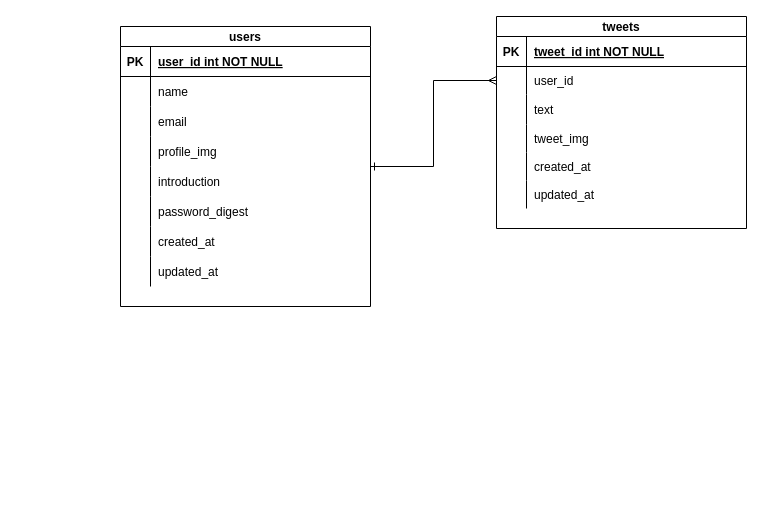
This is conflict練習/RUNTEQ課題.drawio from maouske0427/TIL, a draw.io file, before an edit. Source tidied: cells renumbered, new cells numbered last; positions are measured from the earlier drawing's top-left corner, leaving out a move shared by most shapes. Both pictures are drawn from the tidied source at 100%, with x=0, y=0 at pixel (120, 16).
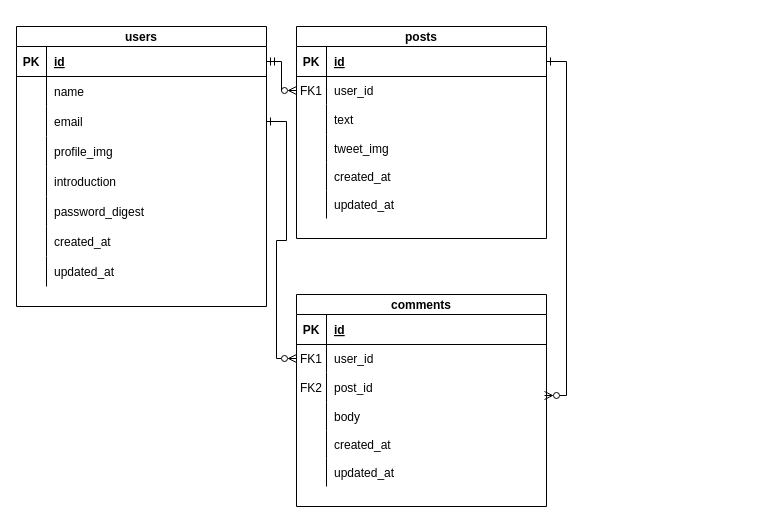
The same diagram, later.

Commit message (it also covers changes not shown here):
RUNTEQ課題.drawio を更新します

The change refers to these unchanged cells:
```xml
<mxCell id="4" style="shape=partialRectangle;fillColor=none;points=[[0,0.5],[1,0.5]];portConstraint=eastwest;top=0;left=0;right=0;bottom=1;" parent="3" vertex="1">
  <mxGeometry y="20" width="250" height="30" as="geometry" />
</mxCell>
<mxCell id="10" style="shape=partialRectangle;fillColor=none;points=[[0,0.5],[1,0.5]];portConstraint=eastwest;top=0;left=0;right=0;bottom=0;" parent="3" vertex="1">
  <mxGeometry y="80" width="250" height="30" as="geometry" />
</mxCell>
<mxCell id="29" style="shape=partialRectangle;fillColor=none;points=[[0,0.5],[1,0.5]];portConstraint=eastwest;top=0;left=0;right=0;bottom=1;" parent="28" vertex="1">
  <mxGeometry y="20" width="250" height="30" as="geometry" />
</mxCell>
<mxCell id="32" style="shape=partialRectangle;fillColor=none;points=[[0,0.5],[1,0.5]];portConstraint=eastwest;top=0;left=0;right=0;bottom=0;" parent="28" vertex="1">
  <mxGeometry y="50" width="250" height="28" as="geometry" />
</mxCell>
```

Diff of the diagram source:
```diff
@@
-    <mxCell id="2" style="edgeStyle=elbowEdgeStyle;rounded=0;jettySize=auto;html=1;entryX=0;entryY=0.5;entryDx=0;entryDy=0;startArrow=ERone;startFill=0;endArrow=ERmany;endFill=0;" parent="1" edge="1" source="3" target="32">
+    <mxCell id="2" style="edgeStyle=elbowEdgeStyle;rounded=0;jettySize=auto;html=1;entryX=0;entryY=0.5;entryDx=0;entryDy=0;startArrow=ERmandOne;startFill=0;endArrow=ERzeroToMany;endFill=0;exitX=1;exitY=0.5;exitDx=0;exitDy=0;" parent="1" edge="1" source="4" target="32">
       <mxGeometry relative="1" as="geometry" />
     </mxCell>
     <mxCell id="3" value="users" style="shape=table;startSize=20;childLayout=tableLayout;rowLines=0;fontStyle=1;align=center;" parent="1" vertex="1">
-      <mxGeometry y="10" width="250" height="280" as="geometry" />
+      <mxGeometry x="-104" y="10" width="250" height="280" as="geometry" />
     </mxCell>
@@
-    <mxCell id="6" value="user_id int NOT NULL " style="shape=partialRectangle;overflow=hidden;fillColor=none;top=0;left=0;bottom=0;right=0;align=left;spacingLeft=6;fontStyle=5;" parent="4" vertex="1">
+    <mxCell id="6" value="id" style="shape=partialRectangle;overflow=hidden;fillColor=none;top=0;left=0;bottom=0;right=0;align=left;spacingLeft=6;fontStyle=5;" parent="4" vertex="1">
       <mxGeometry x="30" width="220" height="30" as="geometry" />
     </mxCell>
@@
-    <mxCell id="28" value="tweets" style="shape=table;startSize=20;childLayout=tableLayout;rowLines=0;fontStyle=1;align=center;" parent="1" vertex="1">
-      <mxGeometry x="376" width="250" height="212" as="geometry" />
+    <mxCell id="28" value="posts" style="shape=table;startSize=20;childLayout=tableLayout;rowLines=0;fontStyle=1;align=center;" parent="1" vertex="1">
+      <mxGeometry x="176" y="10" width="250" height="212" as="geometry" />
     </mxCell>
@@
-    <mxCell id="31" value="tweet_id int NOT NULL " style="shape=partialRectangle;overflow=hidden;fillColor=none;top=0;left=0;bottom=0;right=0;align=left;spacingLeft=6;fontStyle=5;" parent="29" vertex="1">
+    <mxCell id="31" value="id" style="shape=partialRectangle;overflow=hidden;fillColor=none;top=0;left=0;bottom=0;right=0;align=left;spacingLeft=6;fontStyle=5;" parent="29" vertex="1">
       <mxGeometry x="30" width="220" height="30" as="geometry" />
     </mxCell>
@@
-    <mxCell id="33" style="shape=partialRectangle;overflow=hidden;fillColor=none;top=0;left=0;bottom=0;right=0;" parent="32" vertex="1">
+    <mxCell id="33" value="FK1" style="shape=partialRectangle;overflow=hidden;fillColor=none;top=0;left=0;bottom=0;right=0;" parent="32" vertex="1">
       <mxGeometry width="30" height="28" as="geometry" />
     </mxCell>
@@
+    <mxCell id="47" value="comments" style="shape=table;startSize=20;childLayout=tableLayout;rowLines=0;fontStyle=1;align=center;" parent="1" vertex="1">
+      <mxGeometry x="176" y="278" width="250" height="212" as="geometry" />
+    </mxCell>
+    <mxCell id="48" style="shape=partialRectangle;fillColor=none;top=0;left=0;right=0;bottom=1;" parent="47" vertex="1">
+      <mxGeometry y="20" width="250" height="30" as="geometry" />
+    </mxCell>
+    <mxCell id="49" value="PK" style="shape=partialRectangle;overflow=hidden;fillColor=none;top=0;left=0;bottom=0;right=0;fontStyle=1;" parent="48" vertex="1">
+      <mxGeometry width="30" height="30" as="geometry" />
+    </mxCell>
+    <mxCell id="50" value="id" style="shape=partialRectangle;overflow=hidden;fillColor=none;top=0;left=0;bottom=0;right=0;align=left;spacingLeft=6;fontStyle=5;" parent="48" vertex="1">
+      <mxGeometry x="30" width="220" height="30" as="geometry" />
+    </mxCell>
+    <mxCell id="51" style="shape=partialRectangle;fillColor=none;points=[[0,0.5],[1,0.5]];portConstraint=eastwest;top=0;left=0;right=0;bottom=0;" parent="47" vertex="1">
+      <mxGeometry y="50" width="250" height="28" as="geometry" />
+    </mxCell>
+    <mxCell id="52" value="FK1" style="shape=partialRectangle;overflow=hidden;fillColor=none;top=0;left=0;bottom=0;right=0;" parent="51" vertex="1">
+      <mxGeometry width="30" height="28" as="geometry" />
+    </mxCell>
+    <mxCell id="53" value="user_id" style="shape=partialRectangle;overflow=hidden;fillColor=none;top=0;left=0;bottom=0;right=0;align=left;spacingLeft=6;" parent="51" vertex="1">
+      <mxGeometry x="30" width="220" height="28" as="geometry" />
+    </mxCell>
+    <mxCell id="54" style="shape=partialRectangle;fillColor=none;points=[[0,0.5],[1,0.5]];portConstraint=eastwest;top=0;left=0;right=0;bottom=0;" parent="47" vertex="1">
+      <mxGeometry y="78" width="250" height="30" as="geometry" />
+    </mxCell>
+    <mxCell id="55" value="FK2" style="shape=partialRectangle;overflow=hidden;fillColor=none;top=0;left=0;bottom=0;right=0;" parent="54" vertex="1">
+      <mxGeometry width="30" height="30" as="geometry" />
+    </mxCell>
+    <mxCell id="56" value="post_id" style="shape=partialRectangle;overflow=hidden;fillColor=none;top=0;left=0;bottom=0;right=0;align=left;spacingLeft=6;" parent="54" vertex="1">
+      <mxGeometry x="30" width="220" height="30" as="geometry" />
+    </mxCell>
+    <mxCell id="57" style="shape=partialRectangle;fillColor=none;top=0;left=0;right=0;bottom=0;" parent="47" vertex="1">
+      <mxGeometry y="108" width="250" height="28" as="geometry" />
+    </mxCell>
+    <mxCell id="58" style="shape=partialRectangle;overflow=hidden;fillColor=none;top=0;left=0;bottom=0;right=0;" parent="57" vertex="1">
+      <mxGeometry width="30" height="28" as="geometry" />
+    </mxCell>
+    <mxCell id="59" value="body" style="shape=partialRectangle;overflow=hidden;fillColor=none;top=0;left=0;bottom=0;right=0;align=left;spacingLeft=6;" parent="57" vertex="1">
+      <mxGeometry x="30" width="220" height="28" as="geometry" />
+    </mxCell>
+    <mxCell id="60" style="shape=partialRectangle;fillColor=none;top=0;left=0;right=0;bottom=0;" parent="47" vertex="1">
+      <mxGeometry y="136" width="250" height="28" as="geometry" />
+    </mxCell>
+    <mxCell id="61" style="shape=partialRectangle;overflow=hidden;fillColor=none;top=0;left=0;bottom=0;right=0;" parent="60" vertex="1">
+      <mxGeometry width="30" height="28" as="geometry" />
+    </mxCell>
+    <mxCell id="62" value="created_at" style="shape=partialRectangle;overflow=hidden;fillColor=none;top=0;left=0;bottom=0;right=0;align=left;spacingLeft=6;" parent="60" vertex="1">
+      <mxGeometry x="30" width="220" height="28" as="geometry" />
+    </mxCell>
+    <mxCell id="63" style="shape=partialRectangle;fillColor=none;top=0;left=0;right=0;bottom=0;" parent="47" vertex="1">
+      <mxGeometry y="164" width="250" height="28" as="geometry" />
+    </mxCell>
+    <mxCell id="64" style="shape=partialRectangle;overflow=hidden;fillColor=none;top=0;left=0;bottom=0;right=0;" parent="63" vertex="1">
+      <mxGeometry width="30" height="28" as="geometry" />
+    </mxCell>
+    <mxCell id="65" value="updated_at" style="shape=partialRectangle;overflow=hidden;fillColor=none;top=0;left=0;bottom=0;right=0;align=left;spacingLeft=6;" parent="63" vertex="1">
+      <mxGeometry x="30" width="220" height="28" as="geometry" />
+    </mxCell>
+    <mxCell id="66" style="edgeStyle=orthogonalEdgeStyle;rounded=0;jettySize=auto;html=1;endArrow=ERzeroToMany;endFill=0;startArrow=ERone;startFill=0;" parent="1" edge="1" source="10" target="51">
+      <mxGeometry relative="1" as="geometry" />
+    </mxCell>
+    <mxCell id="67" style="edgeStyle=orthogonalEdgeStyle;rounded=0;jettySize=auto;html=1;entryX=0.992;entryY=0.767;entryDx=0;entryDy=0;entryPerimeter=0;startArrow=ERone;startFill=0;endArrow=ERzeroToMany;endFill=0;" parent="1" edge="1" source="29" target="54">
+      <mxGeometry relative="1" as="geometry">
+        <Array as="points">
+          <mxPoint x="446" y="45" />
+          <mxPoint x="446" y="379" />
+        </Array>
+      </mxGeometry>
+    </mxCell>
```
